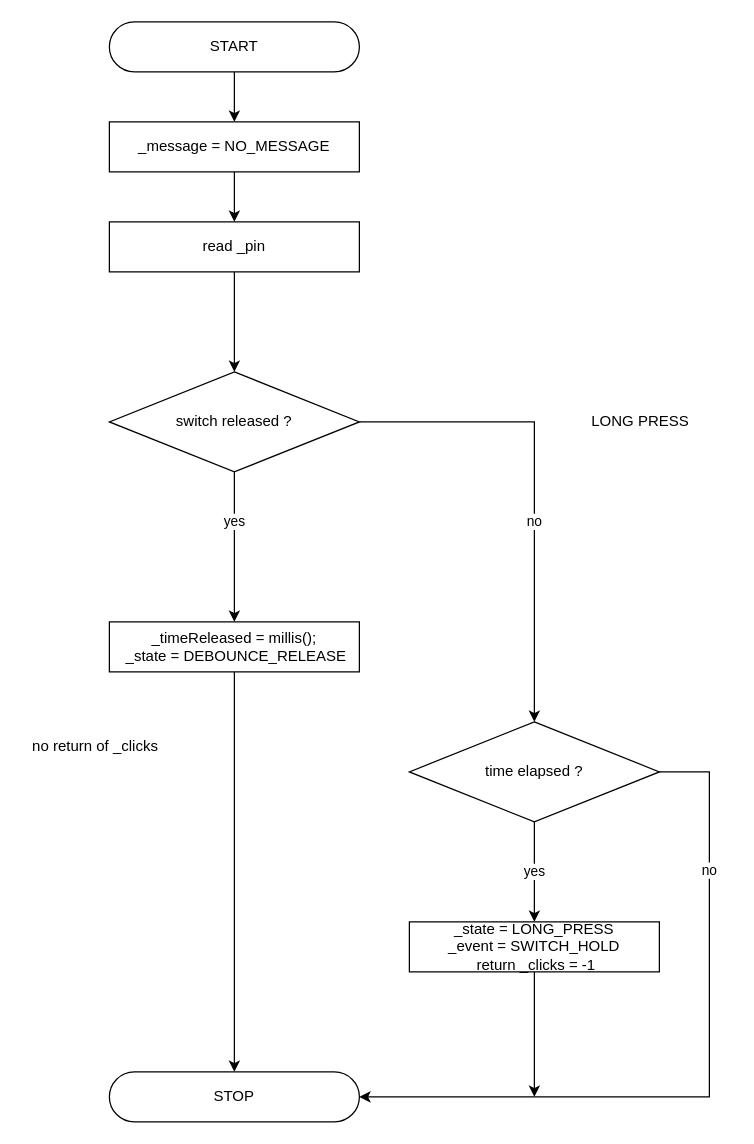
This is page "AWAIT_RELEASE" (4 of 7) of extras/IGB Tactile Switch State Machine.drawio from IGB-Germany/IGB-Tactile-Switch, a draw.io file, before an edit. Source tidied: cells renumbered, new cells numbered last; positions are measured from the earlier drawing's top-left corner, leaving out a move shared by most shapes. Both pictures are drawn from the tidied source at 125%, with x=0, y=0 at pixel (21, 21).
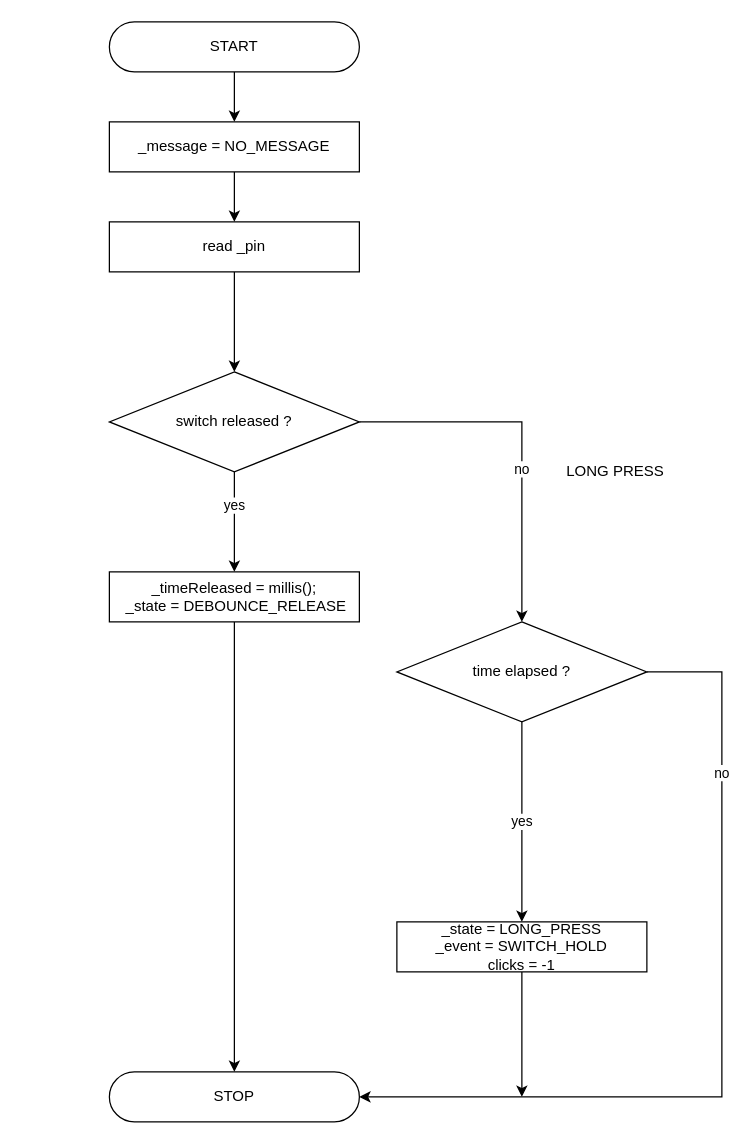
After the change.

Unchanged cells that the change refers to:
```xml
<mxCell id="9" value="&lt;span&gt;STOP&lt;/span&gt;" style="rounded=1;whiteSpace=wrap;html=1;arcSize=50;" parent="1" vertex="1">
  <mxGeometry x="70" y="840" width="200" height="40" as="geometry" />
</mxCell>
```

Diff of the diagram source:
```diff
@@
     <mxCell id="8" value="&lt;div&gt;_timeReleased = millis();&lt;/div&gt;&lt;div&gt;&lt;span&gt;&amp;nbsp;_state = DEBOUNCE_RELEASE&lt;/span&gt;&lt;br&gt;&lt;/div&gt;" style="rounded=0;whiteSpace=wrap;html=1;" parent="1" vertex="1">
-      <mxGeometry x="70" y="480" width="200" height="40" as="geometry" />
+      <mxGeometry x="70" y="440" width="200" height="40" as="geometry" />
     </mxCell>
@@
     <mxCell id="12" style="edgeStyle=orthogonalEdgeStyle;rounded=0;jettySize=auto;html=1;" parent="1" edge="1" source="13">
       <mxGeometry relative="1" as="geometry">
-        <mxPoint x="410" y="860" as="targetPoint" />
+        <mxPoint x="400" y="860" as="targetPoint" />
       </mxGeometry>
     </mxCell>
-    <mxCell id="13" value="_state = LONG_PRESS&lt;br&gt;_event = SWITCH_HOLD&lt;br&gt;&amp;nbsp;return _clicks = -1" style="rounded=0;whiteSpace=wrap;html=1;" parent="1" vertex="1">
-      <mxGeometry x="310" y="720" width="200" height="40" as="geometry" />
+    <mxCell id="13" value="_state = LONG_PRESS&lt;br&gt;_event = SWITCH_HOLD&lt;br&gt;clicks = -1" style="rounded=0;whiteSpace=wrap;html=1;" parent="1" vertex="1">
+      <mxGeometry x="300" y="720" width="200" height="40" as="geometry" />
     </mxCell>
@@
     <mxCell id="15" value="time elapsed ?" style="rhombus;whiteSpace=wrap;html=1;" parent="1" vertex="1">
-      <mxGeometry x="310" y="560" width="200" height="80" as="geometry" />
+      <mxGeometry x="300" y="480" width="200" height="80" as="geometry" />
     </mxCell>
-    <mxCell id="16" value="no return of _clicks" style="text;html=1;strokeColor=none;fillColor=none;align=center;verticalAlign=middle;whiteSpace=wrap;rounded=0;" parent="1" vertex="1">
-      <mxGeometry y="570" width="117.5" height="20" as="geometry" />
-    </mxCell>
     <mxCell id="17" value="no" style="edgeStyle=orthogonalEdgeStyle;rounded=0;jettySize=auto;html=1;exitX=1;exitY=0.5;exitDx=0;exitDy=0;entryX=1;entryY=0.5;entryDx=0;entryDy=0;" parent="1" edge="1" source="15" target="9">
       <mxGeometry x="-0.59" relative="1" as="geometry">
         <Array as="points">
-          <mxPoint x="550" y="600" />
-          <mxPoint x="550" y="860" />
+          <mxPoint x="560" y="520" />
+          <mxPoint x="560" y="860" />
         </Array>
       </mxGeometry>
     </mxCell>
@@
     <mxCell id="20" value="LONG PRESS" style="text;html=1;strokeColor=none;fillColor=none;align=center;verticalAlign=middle;whiteSpace=wrap;rounded=0;" parent="1" vertex="1">
-      <mxGeometry x="440" y="310" width="110" height="20" as="geometry" />
+      <mxGeometry x="420" y="350" width="110" height="20" as="geometry" />
     </mxCell>
```
